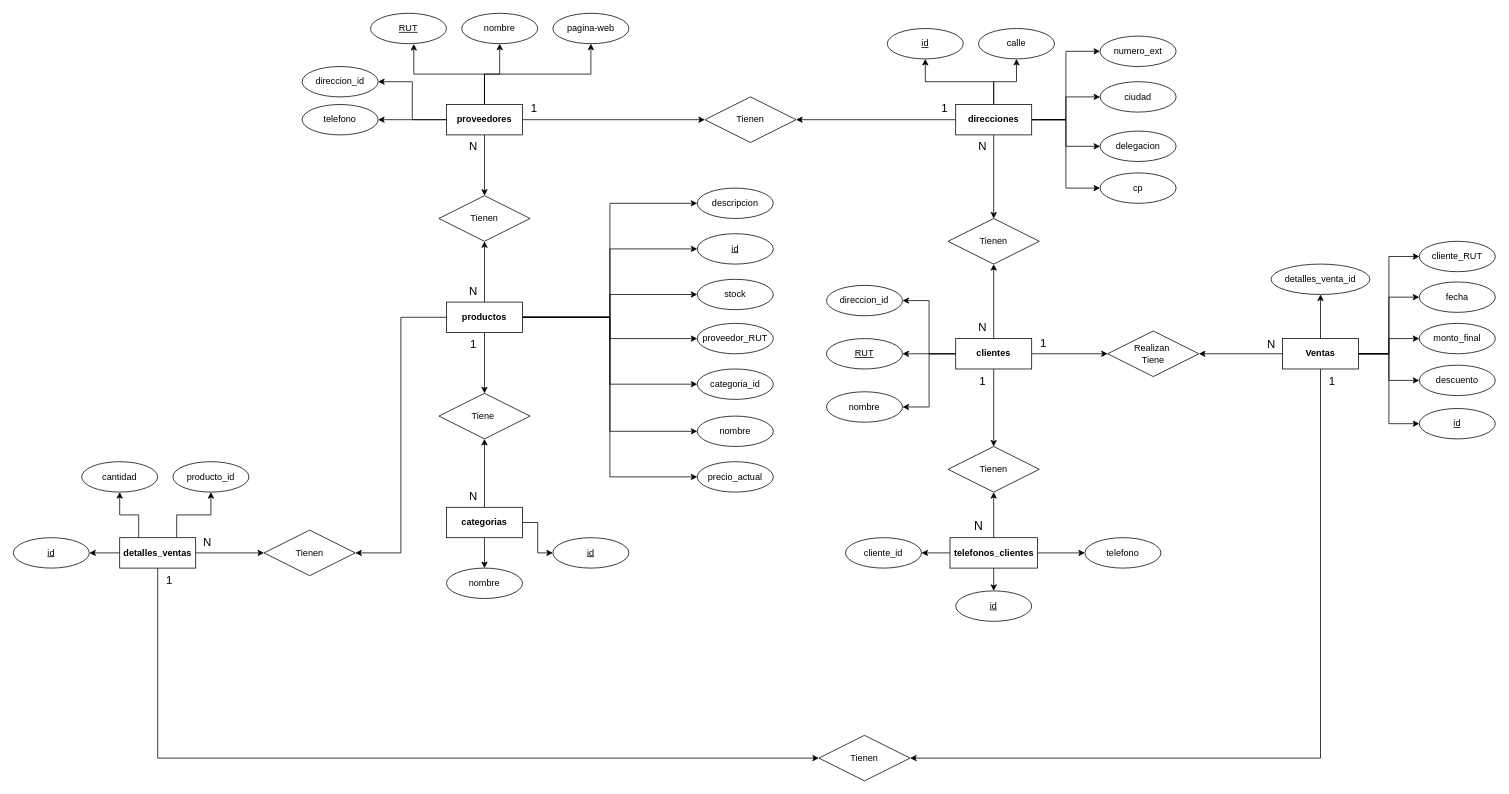
Earlier version of the draw.io diagram db_diagrams/Diagrama E-R.drawio (carolinapineda/Servicio-De-Ventas). Source tidied: cells renumbered, new cells numbered last; positions are measured from the earlier drawing's top-left corner, leaving out a move shared by most shapes. Both pictures are drawn from the tidied source at 76%, with x=0, y=0 at pixel (13, 13).
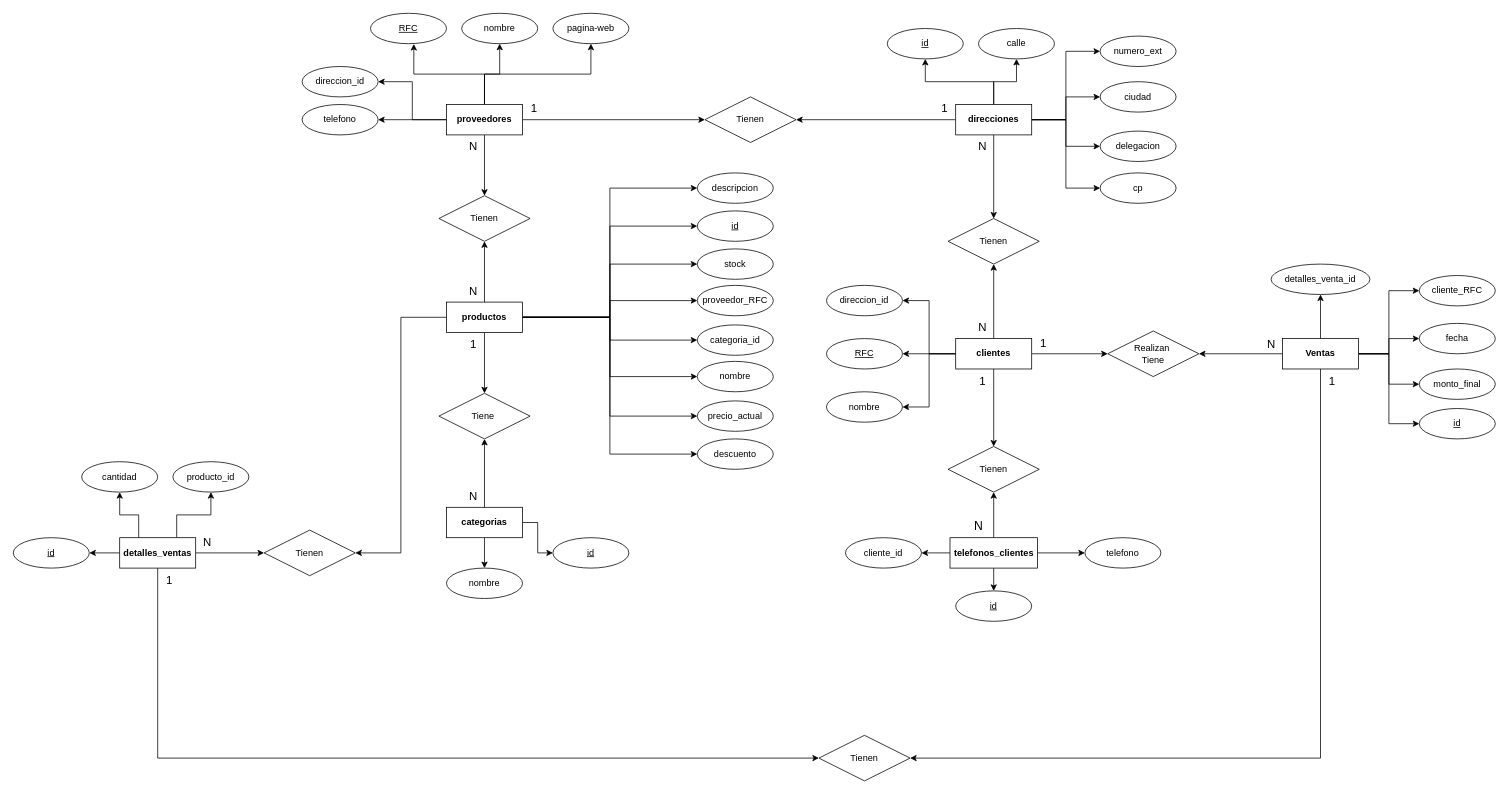
After the change.

The change refers to these unchanged cells:
```xml
<mxCell id="65" value="&lt;b&gt;productos&lt;/b&gt;" style="whiteSpace=wrap;html=1;align=center;" parent="1" vertex="1">
  <mxGeometry x="570" y="380" width="100" height="40" as="geometry" />
</mxCell>
<mxCell id="95" value="&lt;b&gt;Ventas&lt;/b&gt;" style="whiteSpace=wrap;html=1;align=center;" parent="1" vertex="1">
  <mxGeometry x="1670" y="428" width="100" height="40" as="geometry" />
</mxCell>
```

Diff of the diagram source:
```diff
@@
-    <mxCell id="10" value="RUT" style="ellipse;whiteSpace=wrap;html=1;align=center;fontStyle=4;" parent="1" vertex="1">
+    <mxCell id="10" value="RFC" style="ellipse;whiteSpace=wrap;html=1;align=center;fontStyle=4;" parent="1" vertex="1">
       <mxGeometry x="470" width="100" height="40" as="geometry" />
     </mxCell>
@@
-    <mxCell id="42" value="RUT" style="ellipse;whiteSpace=wrap;html=1;align=center;fontStyle=4;" parent="1" vertex="1">
+    <mxCell id="42" value="RFC" style="ellipse;whiteSpace=wrap;html=1;align=center;fontStyle=4;" parent="1" vertex="1">
       <mxGeometry x="1070" y="428" width="100" height="40" as="geometry" />
     </mxCell>
@@
+    <mxCell id="119" style="edgeStyle=orthogonalEdgeStyle;rounded=0;jettySize=auto;html=1;exitX=1;exitY=0.5;exitDx=0;exitDy=0;entryX=0;entryY=0.5;entryDx=0;entryDy=0;" parent="1" edge="1" source="65" target="100">
+      <mxGeometry relative="1" as="geometry" />
+    </mxCell>
@@
     <mxCell id="67" value="nombre" style="ellipse;whiteSpace=wrap;html=1;align=center;" parent="1" vertex="1">
-      <mxGeometry x="900" y="530" width="100" height="40" as="geometry" />
+      <mxGeometry x="900" y="458" width="100" height="40" as="geometry" />
     </mxCell>
     <mxCell id="68" value="id" style="ellipse;whiteSpace=wrap;html=1;align=center;fontStyle=4;" parent="1" vertex="1">
-      <mxGeometry x="900" y="290" width="100" height="40" as="geometry" />
+      <mxGeometry x="900" y="260" width="100" height="40" as="geometry" />
     </mxCell>
     <mxCell id="69" value="stock" style="ellipse;whiteSpace=wrap;html=1;align=center;" parent="1" vertex="1">
-      <mxGeometry x="900" y="350" width="100" height="40" as="geometry" />
+      <mxGeometry x="900" y="310" width="100" height="40" as="geometry" />
     </mxCell>
     <mxCell id="70" value="precio_actual" style="ellipse;whiteSpace=wrap;html=1;align=center;" parent="1" vertex="1">
-      <mxGeometry x="900" y="590" width="100" height="40" as="geometry" />
+      <mxGeometry x="900" y="510" width="100" height="40" as="geometry" />
     </mxCell>
     <mxCell id="71" value="categoria_id" style="ellipse;whiteSpace=wrap;html=1;align=center;" parent="1" vertex="1">
-      <mxGeometry x="900" y="468" width="100" height="40" as="geometry" />
+      <mxGeometry x="900" y="410" width="100" height="40" as="geometry" />
     </mxCell>
-    <mxCell id="72" value="proveedor_RUT" style="ellipse;whiteSpace=wrap;html=1;align=center;" parent="1" vertex="1">
-      <mxGeometry x="900" y="408" width="100" height="40" as="geometry" />
+    <mxCell id="72" value="proveedor_RFC" style="ellipse;whiteSpace=wrap;html=1;align=center;" parent="1" vertex="1">
+      <mxGeometry x="900" y="358" width="100" height="40" as="geometry" />
     </mxCell>
@@
     <mxCell id="86" value="descripcion" style="ellipse;whiteSpace=wrap;html=1;align=center;" parent="1" vertex="1">
-      <mxGeometry x="900" y="230" width="100" height="40" as="geometry" />
+      <mxGeometry x="900" y="210" width="100" height="40" as="geometry" />
     </mxCell>
@@
-    <mxCell id="90" style="edgeStyle=orthogonalEdgeStyle;rounded=0;jettySize=auto;html=1;exitX=1;exitY=0.5;exitDx=0;exitDy=0;entryX=0;entryY=0.5;entryDx=0;entryDy=0;" parent="1" edge="1" source="95" target="100">
-      <mxGeometry relative="1" as="geometry" />
-    </mxCell>
@@
     <mxCell id="98" value="fecha" style="ellipse;whiteSpace=wrap;html=1;align=center;" parent="1" vertex="1">
-      <mxGeometry x="1850" y="353.5" width="100" height="40" as="geometry" />
+      <mxGeometry x="1850" y="408" width="100" height="40" as="geometry" />
     </mxCell>
     <mxCell id="99" value="monto_final" style="ellipse;whiteSpace=wrap;html=1;align=center;" parent="1" vertex="1">
-      <mxGeometry x="1850" y="408" width="100" height="40" as="geometry" />
+      <mxGeometry x="1850" y="468" width="100" height="40" as="geometry" />
     </mxCell>
-    <mxCell id="100" value="descuento" style="ellipse;whiteSpace=wrap;html=1;align=center;" parent="1" vertex="1">
-      <mxGeometry x="1850" y="463" width="100" height="40" as="geometry" />
-    </mxCell>
-    <mxCell id="101" value="cliente_RUT" style="ellipse;whiteSpace=wrap;html=1;align=center;" parent="1" vertex="1">
-      <mxGeometry x="1850" y="300" width="100" height="40" as="geometry" />
+    <mxCell id="101" value="cliente_RFC" style="ellipse;whiteSpace=wrap;html=1;align=center;" parent="1" vertex="1">
+      <mxGeometry x="1850" y="345" width="100" height="40" as="geometry" />
     </mxCell>
@@
+    <mxCell id="100" value="descuento" style="ellipse;whiteSpace=wrap;html=1;align=center;" parent="1" vertex="1">
+      <mxGeometry x="900" y="560" width="100" height="40" as="geometry" />
+    </mxCell>
```
